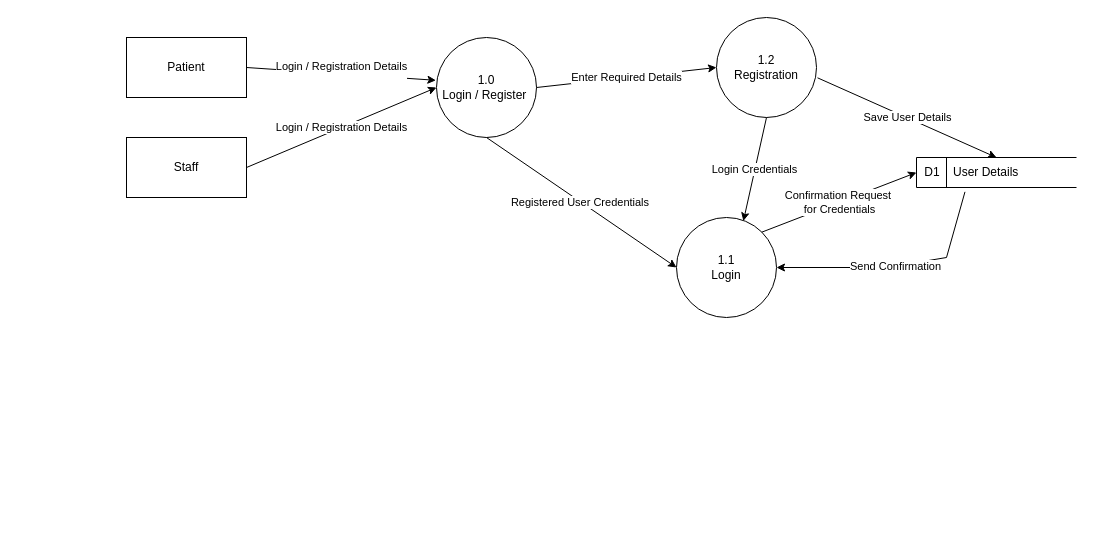
The draw.io diagram Project Milestone 2/Level1DFD.drawio in SENG-350-2024-fall/Team-6, before the edit. Source tidied: cells renumbered, new cells numbered last; positions are measured from the earlier drawing's top-left corner, leaving out a move shared by most shapes. Both pictures are drawn from the tidied source at 100%, with x=0, y=0 at pixel (126, 17).
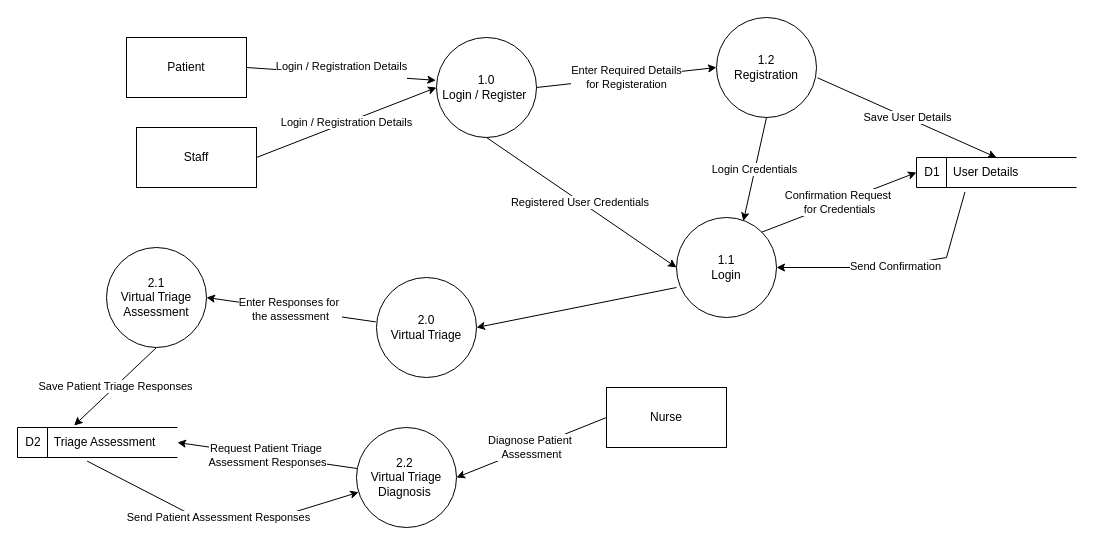
The same page after the edit.

The change refers to these unchanged cells:
```xml
<mxCell id="3" value="&lt;div&gt;1.0&lt;/div&gt;Login / Register&amp;nbsp;" style="ellipse;whiteSpace=wrap;html=1;" parent="1" vertex="1">
  <mxGeometry x="310" y="20" width="100" height="100" as="geometry" />
</mxCell>
<mxCell id="7" value="1.1&lt;div&gt;Login&lt;/div&gt;" style="ellipse;whiteSpace=wrap;html=1;" parent="1" vertex="1">
  <mxGeometry x="550" y="200" width="100" height="100" as="geometry" />
</mxCell>
<mxCell id="8" value="1.2&lt;div&gt;Registration&lt;/div&gt;" style="ellipse;whiteSpace=wrap;html=1;" parent="1" vertex="1">
  <mxGeometry x="590" width="100" height="100" as="geometry" />
</mxCell>
```

Change to the diagram source:
```diff
@@
     <mxCell id="4" value="Staff" style="rounded=0;whiteSpace=wrap;html=1;" parent="1" vertex="1">
-      <mxGeometry y="120" width="120" height="60" as="geometry" />
+      <mxGeometry x="10" y="110" width="120" height="60" as="geometry" />
     </mxCell>
@@
-    <mxCell id="9" value="Enter Required Details" style="endArrow=classic;html=1;rounded=0;entryX=0;entryY=0.5;entryDx=0;entryDy=0;exitX=1;exitY=0.5;exitDx=0;exitDy=0;" parent="1" edge="1" source="3" target="8">
+    <mxCell id="9" value="Enter Required Details&lt;div&gt;for Registeration&lt;/div&gt;" style="endArrow=classic;html=1;rounded=0;entryX=0;entryY=0.5;entryDx=0;entryDy=0;exitX=1;exitY=0.5;exitDx=0;exitDy=0;" parent="1" edge="1" source="3" target="8">
       <mxGeometry relative="1" as="geometry" />
     </mxCell>
@@
+    <mxCell id="16" value="2.0&lt;div&gt;Virtual Triage&lt;/div&gt;" style="ellipse;whiteSpace=wrap;html=1;" parent="1" vertex="1">
+      <mxGeometry x="250" y="260" width="100" height="100" as="geometry" />
+    </mxCell>
+    <mxCell id="17" style="endArrow=classic;html=1;rounded=0;entryX=1;entryY=0.5;entryDx=0;entryDy=0;exitX=0;exitY=0.7;exitDx=0;exitDy=0;exitPerimeter=0;" parent="1" edge="1" source="7" target="16">
+      <mxGeometry relative="1" as="geometry" />
+    </mxCell>
+    <mxCell id="18" value="2.1&lt;div&gt;Virtual Triage Assessment&lt;/div&gt;" style="ellipse;whiteSpace=wrap;html=1;" parent="1" vertex="1">
+      <mxGeometry x="-20" y="230" width="100" height="100" as="geometry" />
+    </mxCell>
+    <mxCell id="19" value="Enter Responses for&amp;nbsp;&lt;div&gt;the assessment&lt;/div&gt;" style="endArrow=classic;html=1;rounded=0;entryX=1;entryY=0.5;entryDx=0;entryDy=0;exitX=-0.007;exitY=0.444;exitDx=0;exitDy=0;exitPerimeter=0;" parent="1" edge="1" source="16" target="18">
+      <mxGeometry relative="1" as="geometry" />
+    </mxCell>
+    <mxCell id="20" value="&amp;nbsp;D2&amp;nbsp; &amp;nbsp; Triage Assessment" style="html=1;dashed=0;whiteSpace=wrap;shape=mxgraph.dfd.dataStoreID;align=left;spacingLeft=3;points=[[0,0],[0.5,0],[1,0],[0,0.5],[1,0.5],[0,1],[0.5,1],[1,1]];" parent="1" vertex="1">
+      <mxGeometry x="-109" y="410" width="160" height="30" as="geometry" />
+    </mxCell>
+    <mxCell id="21" value="Save Patient Triage Responses" style="endArrow=classic;html=1;rounded=0;entryX=0.354;entryY=-0.064;entryDx=0;entryDy=0;entryPerimeter=0;exitX=0.5;exitY=1;exitDx=0;exitDy=0;" parent="1" edge="1" source="18" target="20">
+      <mxGeometry relative="1" as="geometry" />
+    </mxCell>
+    <mxCell id="22" value="2.2&amp;nbsp;&lt;div&gt;Virtual Triage Diagnosis&amp;nbsp;&lt;/div&gt;" style="ellipse;whiteSpace=wrap;html=1;" parent="1" vertex="1">
+      <mxGeometry x="230" y="410" width="100" height="100" as="geometry" />
+    </mxCell>
+    <mxCell id="23" value="Request Patient Triage&amp;nbsp;&lt;div&gt;Assessment Responses&lt;/div&gt;" style="endArrow=classic;html=1;rounded=0;entryX=1;entryY=0.5;entryDx=0;entryDy=0;exitX=0.006;exitY=0.41;exitDx=0;exitDy=0;exitPerimeter=0;" parent="1" edge="1" source="22" target="20">
+      <mxGeometry relative="1" as="geometry" />
+    </mxCell>
+    <mxCell id="24" value="Send Patient Assessment Responses" style="endArrow=classic;html=1;rounded=0;exitX=0.435;exitY=1.119;exitDx=0;exitDy=0;exitPerimeter=0;" parent="1" edge="1" source="20" target="22">
+      <mxGeometry relative="1" as="geometry">
+        <Array as="points">
+          <mxPoint x="70" y="500" />
+          <mxPoint x="150" y="500" />
+        </Array>
+      </mxGeometry>
+    </mxCell>
+    <mxCell id="25" value="Nurse" style="rounded=0;whiteSpace=wrap;html=1;" parent="1" vertex="1">
+      <mxGeometry x="480" y="370" width="120" height="60" as="geometry" />
+    </mxCell>
+    <mxCell id="26" value="Diagnose Patient&amp;nbsp;&lt;div&gt;Assessment&lt;/div&gt;" style="endArrow=classic;html=1;rounded=0;entryX=1;entryY=0.5;entryDx=0;entryDy=0;exitX=0;exitY=0.5;exitDx=0;exitDy=0;" parent="1" edge="1" source="25" target="22">
+      <mxGeometry relative="1" as="geometry" />
+    </mxCell>
```
